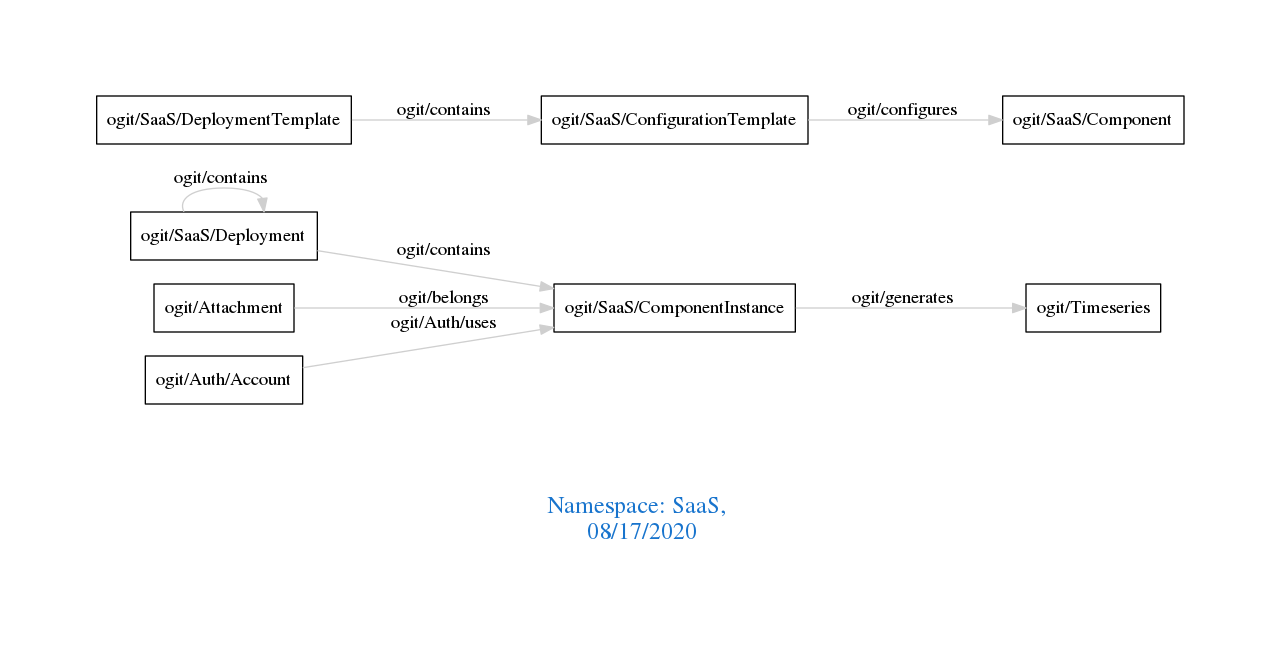
Earlier version of the Graphviz export downloads/SaaS.png (arago/OGIT). Its source is kept beside it as downloads/SaaS.dot.
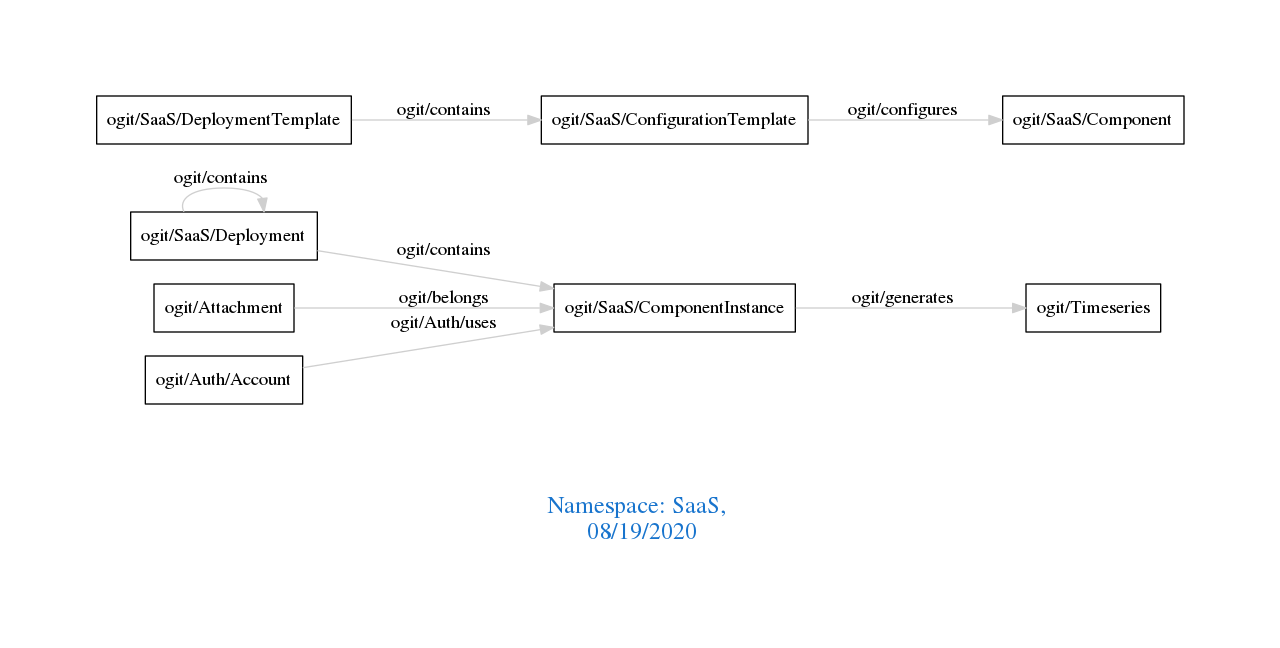
After the commit.

The edit, as a diff of the source:
```diff
@@ -1,7 +1,7 @@
 digraph OGIT_ontology {
  graph [ rankdir= LR,pad=1
 fontsize = 18,
-fontcolor= dodgerblue3,label = "\n\n\nNamespace: SaaS, \n 08/17/2020"];
+fontcolor= dodgerblue3,label = "\n\n\nNamespace: SaaS, \n 08/19/2020"];
 node[shape=polygon];
 edge [  color="gray81"];
 
```
